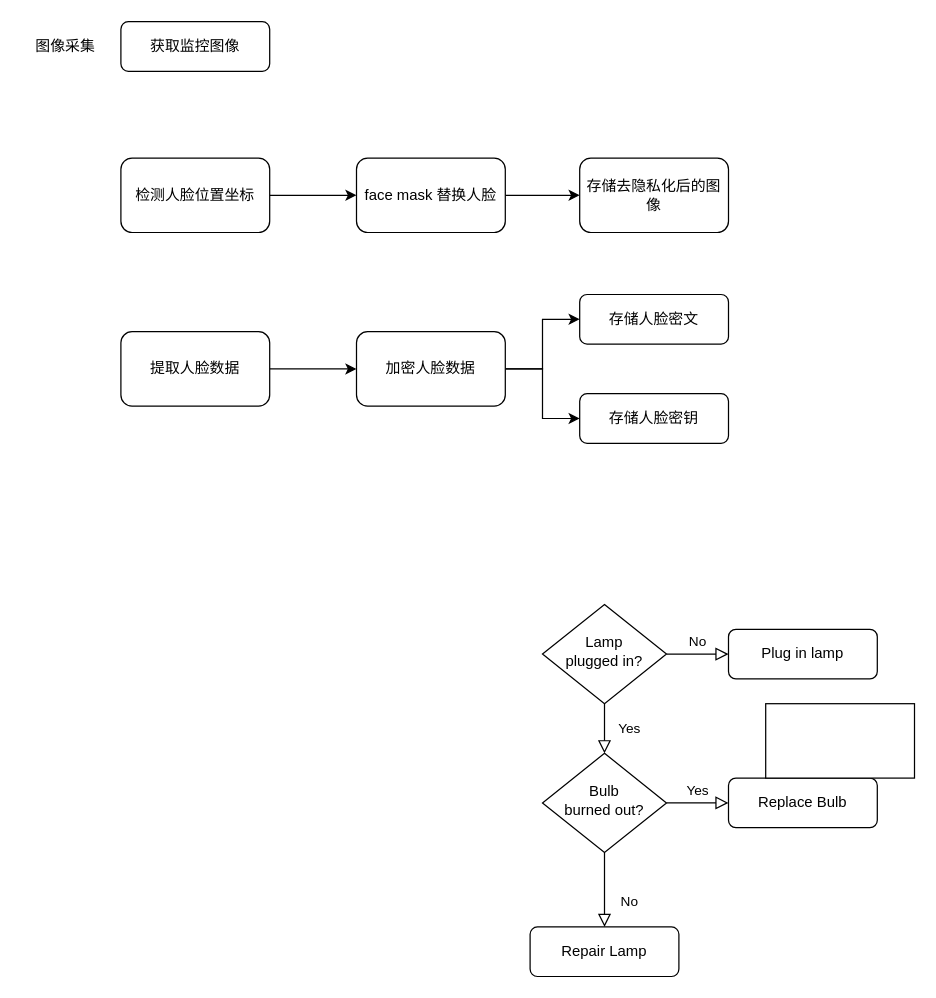
The draw.io diagram imgs/正向过程.drawio in FadingLight9291117/draw.io, before the edit. Source tidied: cells renumbered, new cells numbered last; positions are measured from the earlier drawing's top-left corner, leaving out a move shared by most shapes. Both pictures are drawn from the tidied source at 124%, with x=0, y=0 at pixel (21, 21).
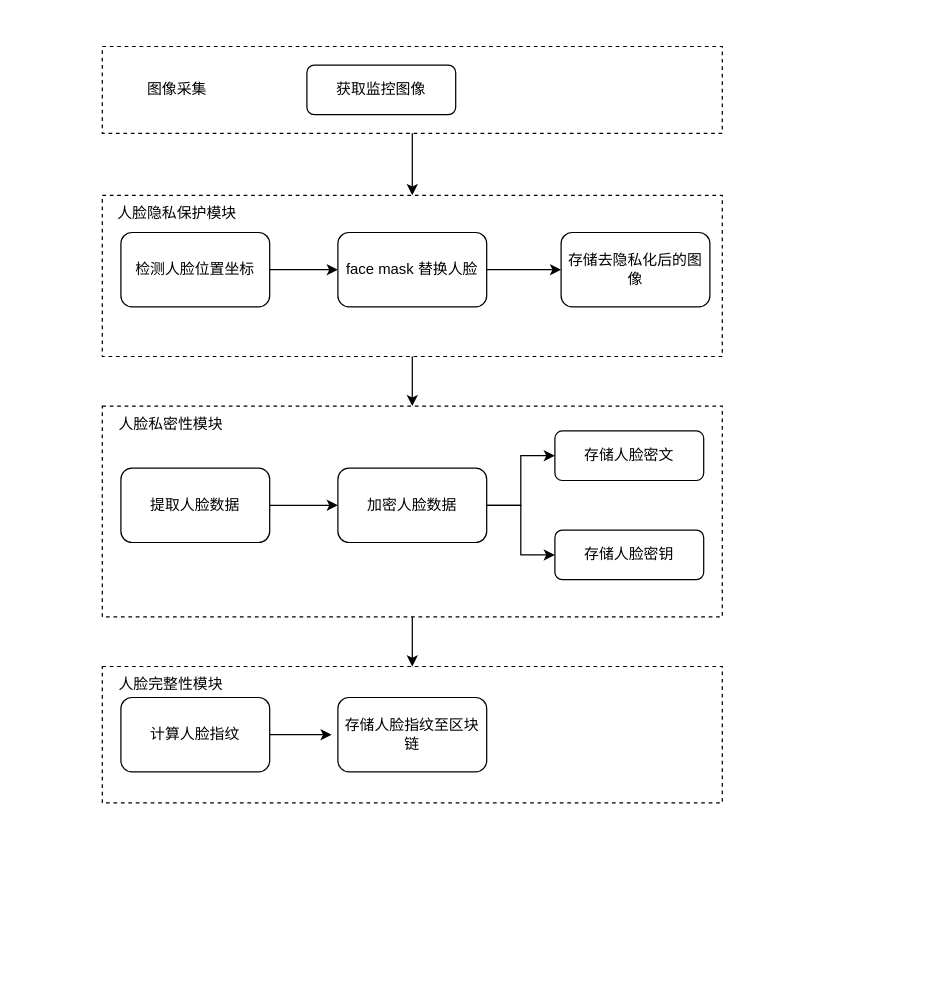
Above is the later version.

Commit message (it also covers changes not shown here):
更新正向过程.drawio

Change to the diagram source:
```diff
@@
     <mxCell id="2" value="获取监控图像" style="rounded=1;whiteSpace=wrap;html=1;fontSize=12;glass=0;strokeWidth=1;shadow=0;" parent="1" vertex="1">
-      <mxGeometry x="80" width="120" height="40" as="geometry" />
+      <mxGeometry x="230" y="35" width="120" height="40" as="geometry" />
     </mxCell>
-    <mxCell id="3" value="Yes" style="rounded=0;html=1;jettySize=auto;fontSize=11;endArrow=block;endFill=0;endSize=8;strokeWidth=1;shadow=0;labelBackgroundColor=none;edgeStyle=orthogonalEdgeStyle;" parent="1" edge="1" source="5" target="9">
-      <mxGeometry y="20" relative="1" as="geometry" />
-    </mxCell>
-    <mxCell id="4" value="No" style="edgeStyle=orthogonalEdgeStyle;rounded=0;html=1;jettySize=auto;fontSize=11;endArrow=block;endFill=0;endSize=8;strokeWidth=1;shadow=0;labelBackgroundColor=none;" parent="1" edge="1" source="5" target="6">
-      <mxGeometry y="10" relative="1" as="geometry" />
-    </mxCell>
-    <mxCell id="5" value="Lamp&lt;br&gt;plugged in?" style="rhombus;whiteSpace=wrap;html=1;shadow=0;fontFamily=Helvetica;fontSize=12;align=center;strokeWidth=1;spacing=6;spacingTop=-4;" parent="1" vertex="1">
-      <mxGeometry x="420" y="470" width="100" height="80" as="geometry" />
-    </mxCell>
-    <mxCell id="6" value="Plug in lamp" style="rounded=1;whiteSpace=wrap;html=1;fontSize=12;glass=0;strokeWidth=1;shadow=0;" parent="1" vertex="1">
-      <mxGeometry x="570" y="490" width="120" height="40" as="geometry" />
-    </mxCell>
-    <mxCell id="7" value="No" style="rounded=0;html=1;jettySize=auto;fontSize=11;endArrow=block;endFill=0;endSize=8;strokeWidth=1;shadow=0;labelBackgroundColor=none;edgeStyle=orthogonalEdgeStyle;" parent="1" edge="1" source="9" target="10">
-      <mxGeometry x="0.33" y="20" relative="1" as="geometry" />
-    </mxCell>
-    <mxCell id="8" value="Yes" style="edgeStyle=orthogonalEdgeStyle;rounded=0;html=1;jettySize=auto;fontSize=11;endArrow=block;endFill=0;endSize=8;strokeWidth=1;shadow=0;labelBackgroundColor=none;" parent="1" edge="1" source="9" target="11">
-      <mxGeometry y="10" relative="1" as="geometry" />
-    </mxCell>
-    <mxCell id="9" value="Bulb&lt;br&gt;burned out?" style="rhombus;whiteSpace=wrap;html=1;shadow=0;fontFamily=Helvetica;fontSize=12;align=center;strokeWidth=1;spacing=6;spacingTop=-4;" parent="1" vertex="1">
-      <mxGeometry x="420" y="590" width="100" height="80" as="geometry" />
-    </mxCell>
-    <mxCell id="10" value="Repair Lamp" style="rounded=1;whiteSpace=wrap;html=1;fontSize=12;glass=0;strokeWidth=1;shadow=0;" parent="1" vertex="1">
-      <mxGeometry x="410" y="730" width="120" height="40" as="geometry" />
-    </mxCell>
-    <mxCell id="11" value="Replace Bulb" style="rounded=1;whiteSpace=wrap;html=1;fontSize=12;glass=0;strokeWidth=1;shadow=0;" parent="1" vertex="1">
-      <mxGeometry x="570" y="610" width="120" height="40" as="geometry" />
-    </mxCell>
-    <mxCell id="12" style="rounded=0;whiteSpace=wrap;html=1;" parent="1" vertex="1">
-      <mxGeometry x="600" y="550" width="120" height="60" as="geometry" />
-    </mxCell>
     <mxCell id="13" value="图像采集" style="text;html=1;align=center;verticalAlign=middle;strokeColor=none;fillColor=none;" parent="1" vertex="1">
-      <mxGeometry y="5" width="70" height="30" as="geometry" />
+      <mxGeometry x="90" y="40" width="70" height="30" as="geometry" />
     </mxCell>
@@
     <mxCell id="15" value="检测人脸位置坐标" style="rounded=1;whiteSpace=wrap;html=1;fillColor=default;" parent="1" vertex="1">
-      <mxGeometry x="80" y="110" width="120" height="60" as="geometry" />
+      <mxGeometry x="80" y="170" width="120" height="60" as="geometry" />
     </mxCell>
@@
     <mxCell id="17" value="face mask 替换人脸" style="rounded=1;whiteSpace=wrap;html=1;fillColor=default;" parent="1" vertex="1">
-      <mxGeometry x="270" y="110" width="120" height="60" as="geometry" />
+      <mxGeometry x="255" y="170" width="120" height="60" as="geometry" />
     </mxCell>
     <mxCell id="18" value="存储去隐私化后的图像" style="rounded=1;whiteSpace=wrap;html=1;fillColor=default;" parent="1" vertex="1">
-      <mxGeometry x="450" y="110" width="120" height="60" as="geometry" />
+      <mxGeometry x="435" y="170" width="120" height="60" as="geometry" />
     </mxCell>
@@
     <mxCell id="20" value="提取人脸数据" style="rounded=1;whiteSpace=wrap;html=1;fillColor=default;" parent="1" vertex="1">
-      <mxGeometry x="80" y="250" width="120" height="60" as="geometry" />
+      <mxGeometry x="80" y="360" width="120" height="60" as="geometry" />
     </mxCell>
@@
     <mxCell id="23" value="加密人脸数据" style="rounded=1;whiteSpace=wrap;html=1;fillColor=default;" parent="1" vertex="1">
-      <mxGeometry x="270" y="250" width="120" height="60" as="geometry" />
+      <mxGeometry x="255" y="360" width="120" height="60" as="geometry" />
     </mxCell>
     <mxCell id="24" value="存储人脸密文" style="rounded=1;whiteSpace=wrap;html=1;fillColor=default;" parent="1" vertex="1">
-      <mxGeometry x="450" y="220" width="120" height="40" as="geometry" />
+      <mxGeometry x="430" y="330" width="120" height="40" as="geometry" />
     </mxCell>
     <mxCell id="25" value="存储人脸密钥" style="rounded=1;whiteSpace=wrap;html=1;fillColor=default;" parent="1" vertex="1">
-      <mxGeometry x="450" y="300" width="120" height="40" as="geometry" />
+      <mxGeometry x="430" y="410" width="120" height="40" as="geometry" />
     </mxCell>
+    <mxCell id="26" style="edgeStyle=orthogonalEdgeStyle;rounded=0;jettySize=auto;html=1;" parent="1" edge="1" source="27">
+      <mxGeometry relative="1" as="geometry">
+        <mxPoint x="250" y="575" as="targetPoint" />
+      </mxGeometry>
+    </mxCell>
+    <mxCell id="27" value="计算人脸指纹" style="rounded=1;whiteSpace=wrap;html=1;fillColor=default;" parent="1" vertex="1">
+      <mxGeometry x="80" y="545" width="120" height="60" as="geometry" />
+    </mxCell>
+    <mxCell id="28" value="存储人脸指纹至区块链" style="rounded=1;whiteSpace=wrap;html=1;fillColor=default;" parent="1" vertex="1">
+      <mxGeometry x="255" y="545" width="120" height="60" as="geometry" />
+    </mxCell>
+    <mxCell id="29" style="edgeStyle=orthogonalEdgeStyle;rounded=0;jettySize=auto;html=1;entryX=0.5;entryY=0;entryDx=0;entryDy=0;" parent="1" edge="1" source="30" target="32">
+      <mxGeometry relative="1" as="geometry" />
+    </mxCell>
+    <mxCell id="30" style="rounded=0;whiteSpace=wrap;html=1;fillColor=none;dashed=1;" parent="1" vertex="1">
+      <mxGeometry x="65" y="20" width="500" height="70" as="geometry" />
+    </mxCell>
+    <mxCell id="31" style="edgeStyle=orthogonalEdgeStyle;rounded=0;jettySize=auto;html=1;entryX=0.5;entryY=0;entryDx=0;entryDy=0;" parent="1" edge="1" source="32" target="34">
+      <mxGeometry relative="1" as="geometry" />
+    </mxCell>
+    <mxCell id="32" style="rounded=0;whiteSpace=wrap;html=1;fillColor=none;dashed=1;" parent="1" vertex="1">
+      <mxGeometry x="65" y="140" width="500" height="130" as="geometry" />
+    </mxCell>
+    <mxCell id="33" style="edgeStyle=orthogonalEdgeStyle;rounded=0;jettySize=auto;html=1;entryX=0.5;entryY=0;entryDx=0;entryDy=0;" parent="1" edge="1" source="34" target="35">
+      <mxGeometry relative="1" as="geometry" />
+    </mxCell>
+    <mxCell id="34" style="rounded=0;whiteSpace=wrap;html=1;fillColor=none;dashed=1;" parent="1" vertex="1">
+      <mxGeometry x="65" y="310" width="500" height="170" as="geometry" />
+    </mxCell>
+    <mxCell id="35" style="rounded=0;whiteSpace=wrap;html=1;fillColor=none;dashed=1;" parent="1" vertex="1">
+      <mxGeometry x="65" y="520" width="500" height="110" as="geometry" />
+    </mxCell>
+    <mxCell id="36" value="人脸隐私保护模块" style="text;html=1;align=center;verticalAlign=middle;strokeColor=none;fillColor=none;" parent="1" vertex="1">
+      <mxGeometry x="65" y="140" width="120" height="30" as="geometry" />
+    </mxCell>
+    <mxCell id="37" value="人脸私密性模块&lt;br&gt;" style="text;html=1;align=center;verticalAlign=middle;strokeColor=none;fillColor=none;" parent="1" vertex="1">
+      <mxGeometry x="65" y="310" width="110" height="30" as="geometry" />
+    </mxCell>
+    <mxCell id="38" value="人脸完整性模块" style="text;html=1;align=center;verticalAlign=middle;strokeColor=none;fillColor=none;" parent="1" vertex="1">
+      <mxGeometry x="65" y="520" width="110" height="30" as="geometry" />
+    </mxCell>
```
